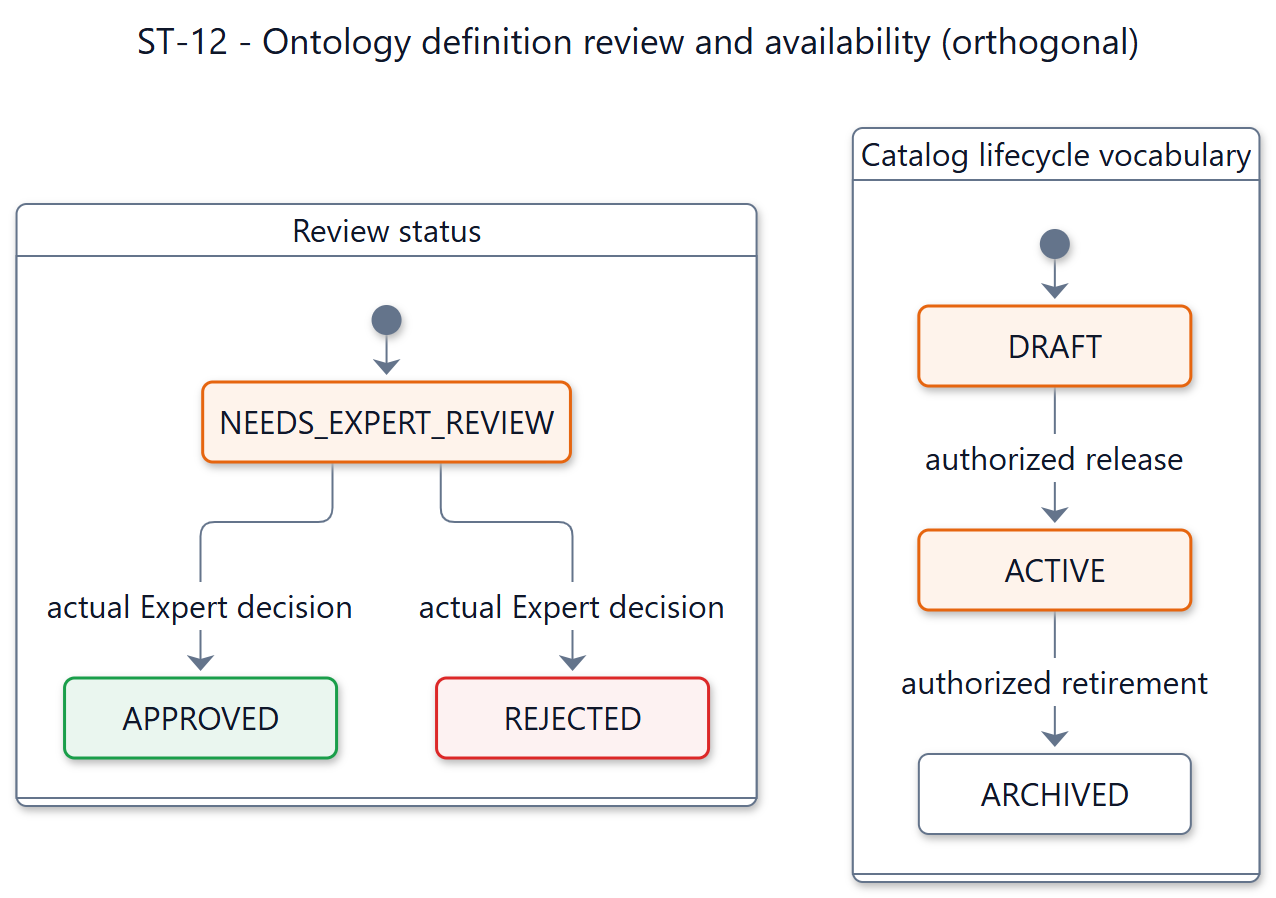
Before: documents/diagrams/mermaid/st-12.png, a diagram exported from Mermaid (SEP490-Fall-2026-GFA26SE64/SEP490). Its source is kept beside it as documents/diagrams/mermaid/st-12.mmd. Its diagram source:
```mermaid
---
title: "ST-12 - Ontology definition review and availability (orthogonal)"
config: {"theme":"base","fontFamily":"Segoe UI, Arial, sans-serif","themeVariables":{"fontFamily":"Segoe UI, Arial, sans-serif","fontSize":"16px","primaryColor":"#ffffff","primaryTextColor":"#0f1729","primaryBorderColor":"#64748b","secondaryColor":"#fef3eb","tertiaryColor":"#ffffff","lineColor":"#64748b","textColor":"#0f1729","mainBkg":"#ffffff","background":"#ffffff","clusterBkg":"#ffffff","clusterBorder":"#64748b","edgeLabelBackground":"#ffffff","titleColor":"#0f1729","noteBkgColor":"#fef3eb","noteTextColor":"#0f1729","noteBorderColor":"#e6650f","labelColor":"#0f1729","compositeBackground":"#ffffff","compositeTitleBackground":"#ffffff","compositeBorder":"#64748b","altBackground":"#ffffff","nodeBorder":"#64748b","nodeTextColor":"#0f1729","cScale0":"#ffffff","cScaleLabel0":"#0f1729","cScale1":"#ffffff","cScaleLabel1":"#0f1729","cScale2":"#ffffff","cScaleLabel2":"#0f1729","cScale3":"#ffffff","cScaleLabel3":"#0f1729","cScale4":"#ffffff","cScaleLabel4":"#0f1729","cScale5":"#ffffff","cScaleLabel5":"#0f1729","cScale6":"#ffffff","cScaleLabel6":"#0f1729","cScale7":"#ffffff","cScaleLabel7":"#0f1729","cScale8":"#ffffff","cScaleLabel8":"#0f1729","cScale9":"#ffffff","cScaleLabel9":"#0f1729","cScale10":"#ffffff","cScaleLabel10":"#0f1729","cScale11":"#ffffff","cScaleLabel11":"#0f1729","secondaryBorderColor":"#64748b","tertiaryBorderColor":"#64748b","secondaryTextColor":"#0f1729","tertiaryTextColor":"#0f1729"},"state":{"nodeSpacing":42,"rankSpacing":64,"padding":16,"fontSize":16,"wrappingWidth":250}}
---
stateDiagram-v2
  state "Review status" as SDD_ST_12_Review {
    state "NEEDS_EXPERT_REVIEW" as SDD_ST_12_NEEDS_EXPERT_REVIEW
    state "APPROVED" as SDD_ST_12_APPROVED
    state "REJECTED" as SDD_ST_12_REJECTED
    [*] --> SDD_ST_12_NEEDS_EXPERT_REVIEW
    SDD_ST_12_NEEDS_EXPERT_REVIEW --> SDD_ST_12_APPROVED : actual Expert decision
    SDD_ST_12_NEEDS_EXPERT_REVIEW --> SDD_ST_12_REJECTED : actual Expert decision
  }
  state "Catalog lifecycle vocabulary" as SDD_ST_12_Lifecycle {
    state "DRAFT" as SDD_ST_12_DRAFT
    state "ACTIVE" as SDD_ST_12_ACTIVE
    state "ARCHIVED" as SDD_ST_12_ARCHIVED
    [*] --> SDD_ST_12_DRAFT
    SDD_ST_12_DRAFT --> SDD_ST_12_ACTIVE : authorized release
    SDD_ST_12_ACTIVE --> SDD_ST_12_ARCHIVED : authorized retirement
  }

  classDef accepted fill:#eaf6ef,stroke:#1a9e4a,color:#0f1729,stroke-width:1.5px
  class SDD_ST_12_APPROVED accepted

  classDef attention fill:#fdf2f2,stroke:#dc2828,color:#0f1729,stroke-width:1.5px
  class SDD_ST_12_REJECTED attention

  classDef working fill:#fef3eb,stroke:#e6650f,color:#0f1729,stroke-width:1.5px
  class SDD_ST_12_NEEDS_EXPERT_REVIEW,SDD_ST_12_DRAFT,SDD_ST_12_ACTIVE working
```
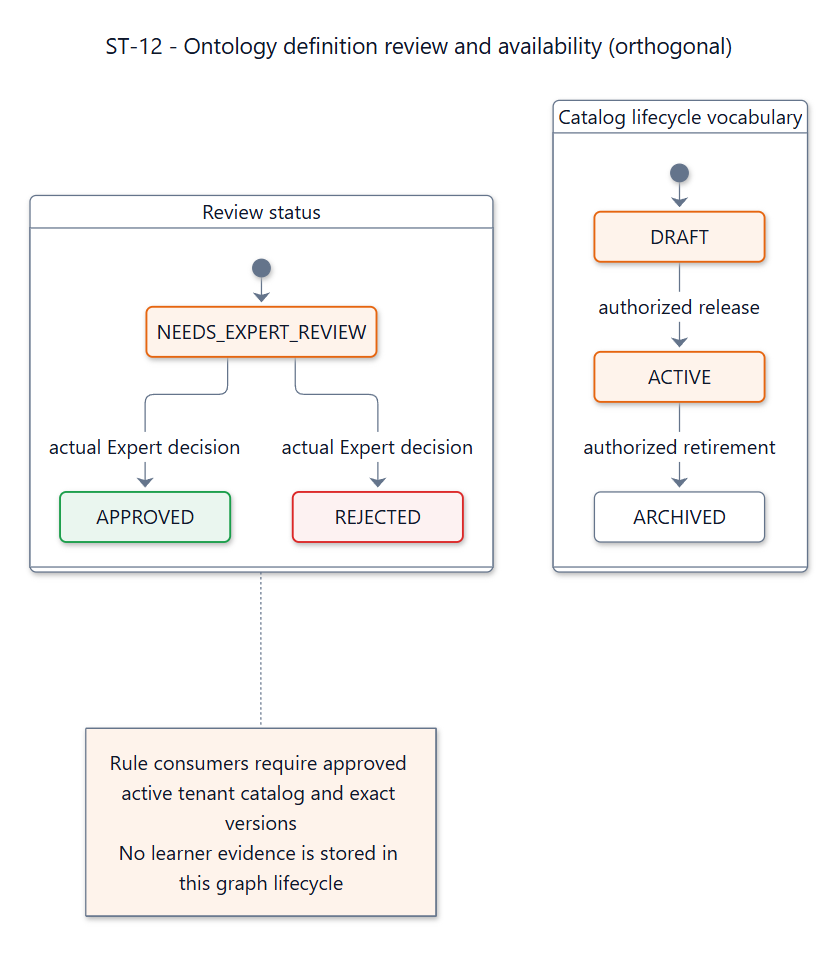
After the change.

The edit, as a diff of the source:
```diff
@@ -2,6 +2,7 @@
 title: "ST-12 - Ontology definition review and availability (orthogonal)"
 config: {"theme":"base","fontFamily":"Segoe UI, Arial, sans-serif","themeVariables":{"fontFamily":"Segoe UI, Arial, sans-serif","fontSize":"16px","primaryColor":"#ffffff","primaryTextColor":"#0f1729","primaryBorderColor":"#64748b","secondaryColor":"#fef3eb","tertiaryColor":"#ffffff","lineColor":"#64748b","textColor":"#0f1729","mainBkg":"#ffffff","background":"#ffffff","clusterBkg":"#ffffff","clusterBorder":"#64748b","edgeLabelBackground":"#ffffff","titleColor":"#0f1729","noteBkgColor":"#fef3eb","noteTextColor":"#0f1729","noteBorderColor":"#e6650f","labelColor":"#0f1729","compositeBackground":"#ffffff","compositeTitleBackground":"#ffffff","compositeBorder":"#64748b","altBackground":"#ffffff","nodeBorder":"#64748b","nodeTextColor":"#0f1729","cScale0":"#ffffff","cScaleLabel0":"#0f1729","cScale1":"#ffffff","cScaleLabel1":"#0f1729","cScale2":"#ffffff","cScaleLabel2":"#0f1729","cScale3":"#ffffff","cScaleLabel3":"#0f1729","cScale4":"#ffffff","cScaleLabel4":"#0f1729","cScale5":"#ffffff","cScaleLabel5":"#0f1729","cScale6":"#ffffff","cScaleLabel6":"#0f1729","cScale7":"#ffffff","cScaleLabel7":"#0f1729","cScale8":"#ffffff","cScaleLabel8":"#0f1729","cScale9":"#ffffff","cScaleLabel9":"#0f1729","cScale10":"#ffffff","cScaleLabel10":"#0f1729","cScale11":"#ffffff","cScaleLabel11":"#0f1729","secondaryBorderColor":"#64748b","tertiaryBorderColor":"#64748b","secondaryTextColor":"#0f1729","tertiaryTextColor":"#0f1729"},"state":{"nodeSpacing":42,"rankSpacing":64,"padding":16,"fontSize":16,"wrappingWidth":250}}
 ---
+
 stateDiagram-v2
   state "Review status" as SDD_ST_12_Review {
     state "NEEDS_EXPERT_REVIEW" as SDD_ST_12_NEEDS_EXPERT_REVIEW
@@ -28,3 +29,8 @@
 
   classDef working fill:#fef3eb,stroke:#e6650f,color:#0f1729,stroke-width:1.5px
   class SDD_ST_12_NEEDS_EXPERT_REVIEW,SDD_ST_12_DRAFT,SDD_ST_12_ACTIVE working
+
+  note right of SDD_ST_12_Review
+    Rule consumers require approved active tenant catalog and exact versions
+    No learner evidence is stored in this graph lifecycle
+  end note
```
